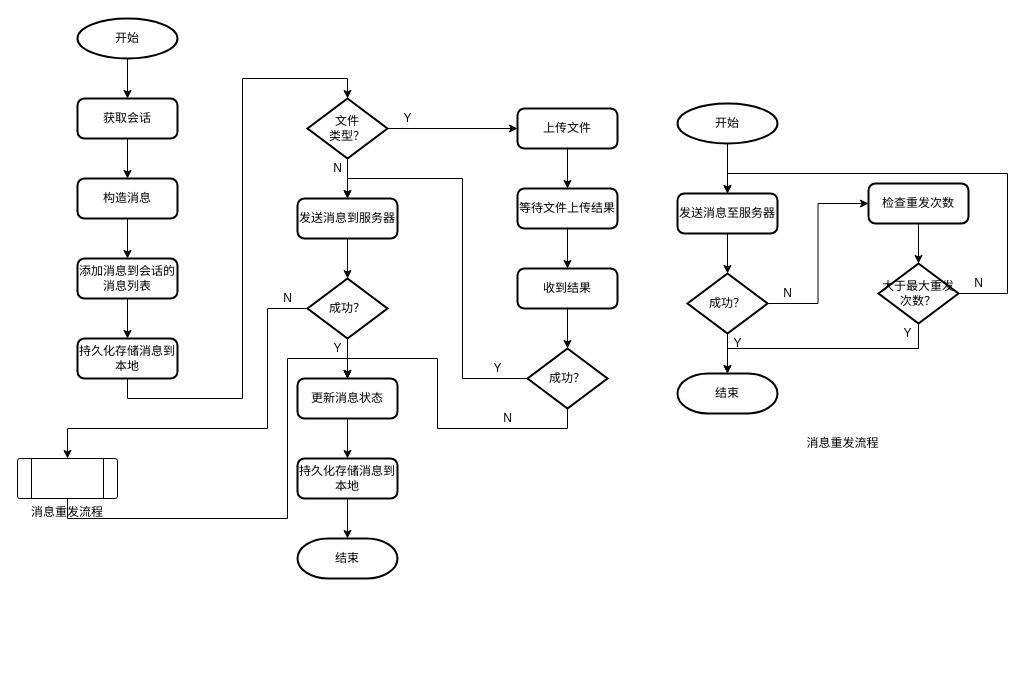
Above: page "flow-send-message" (6 of 11) of 获取会话列表.drawio in liuao2010/360MobileSafe (draw.io), before the change. Source tidied: cells renumbered, new cells numbered last; positions are measured from the earlier drawing's top-left corner, leaving out a move shared by most shapes. Both pictures are drawn from the tidied source at 100%, with x=0, y=0 at pixel (17, 18).
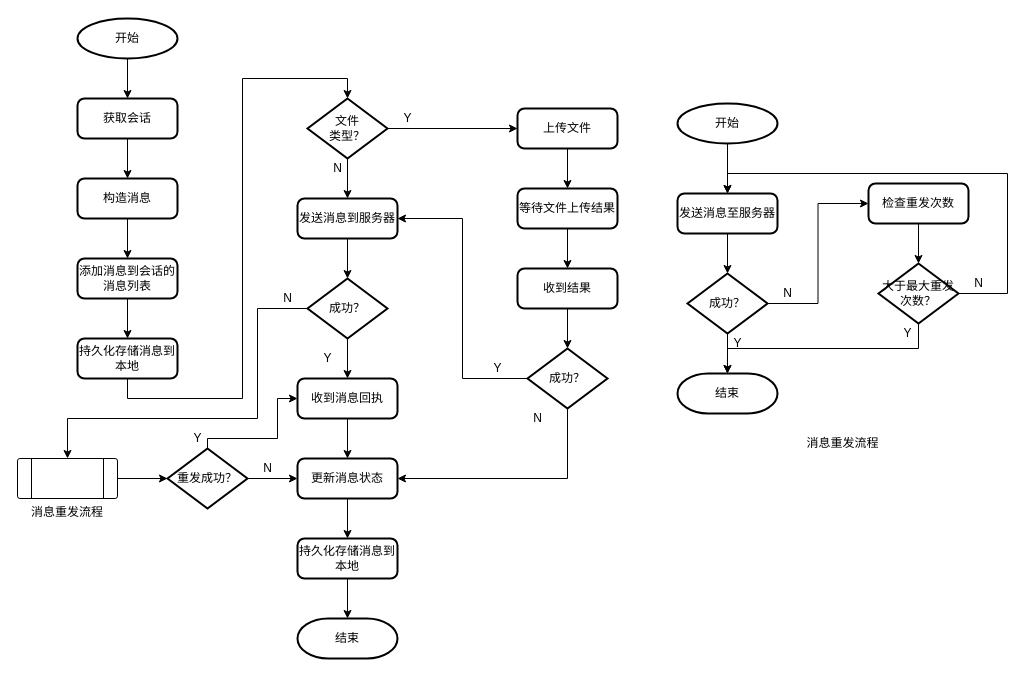
After the change.

Unchanged cells that the change refers to:
```xml
<mxCell id="16" value="发送消息到服务器" style="rounded=1;whiteSpace=wrap;html=1;absoluteArcSize=1;arcSize=14;strokeWidth=2;" parent="1" vertex="1">
  <mxGeometry x="280" y="180" width="100" height="40" as="geometry" />
</mxCell>
<mxCell id="25" value="成功？" style="strokeWidth=2;html=1;shape=mxgraph.flowchart.decision;whiteSpace=wrap;rounded=1;" parent="1" vertex="1">
  <mxGeometry x="510" y="330" width="80" height="60" as="geometry" />
</mxCell>
<mxCell id="28" value="成功？" style="strokeWidth=2;html=1;shape=mxgraph.flowchart.decision;whiteSpace=wrap;rounded=1;" parent="1" vertex="1">
  <mxGeometry x="290" y="260" width="80" height="60" as="geometry" />
</mxCell>
<mxCell id="39" value="消息重发流程" style="verticalLabelPosition=bottom;verticalAlign=top;html=1;shape=process;whiteSpace=wrap;rounded=1;size=0.14;arcSize=6;" parent="1" vertex="1">
  <mxGeometry y="440" width="100" height="40" as="geometry" />
</mxCell>
```

Diff of the diagram source:
```diff
@@
-    <mxCell id="23" style="edgeStyle=orthogonalEdgeStyle;rounded=0;jettySize=auto;html=1;exitX=0;exitY=0.5;exitDx=0;exitDy=0;exitPerimeter=0;entryX=0.5;entryY=0;entryDx=0;entryDy=0;" parent="1" edge="1" source="25" target="16">
+    <mxCell id="23" style="edgeStyle=orthogonalEdgeStyle;rounded=0;jettySize=auto;html=1;exitX=0;exitY=0.5;exitDx=0;exitDy=0;exitPerimeter=0;entryX=1;entryY=0.5;entryDx=0;entryDy=0;" parent="1" edge="1" source="25" target="16">
       <mxGeometry relative="1" as="geometry" />
     </mxCell>
-    <mxCell id="24" style="edgeStyle=orthogonalEdgeStyle;rounded=0;jettySize=auto;html=1;exitX=0.5;exitY=1;exitDx=0;exitDy=0;exitPerimeter=0;entryX=0.5;entryY=0;entryDx=0;entryDy=0;" parent="1" edge="1" source="25" target="30">
-      <mxGeometry relative="1" as="geometry">
-        <Array as="points">
-          <mxPoint x="550" y="410" />
-          <mxPoint x="420" y="410" />
-          <mxPoint x="420" y="340" />
-          <mxPoint x="330" y="340" />
-        </Array>
-      </mxGeometry>
+    <mxCell id="24" style="edgeStyle=orthogonalEdgeStyle;rounded=0;jettySize=auto;html=1;exitX=0.5;exitY=1;exitDx=0;exitDy=0;exitPerimeter=0;entryX=1;entryY=0.5;entryDx=0;entryDy=0;" parent="1" edge="1" source="25" target="30">
+      <mxGeometry relative="1" as="geometry" />
     </mxCell>
@@
-    <mxCell id="26" style="edgeStyle=orthogonalEdgeStyle;rounded=0;jettySize=auto;html=1;exitX=0.5;exitY=1;exitDx=0;exitDy=0;exitPerimeter=0;entryX=0.5;entryY=0;entryDx=0;entryDy=0;" parent="1" edge="1" source="28" target="30">
-      <mxGeometry relative="1" as="geometry" />
-    </mxCell>
     <mxCell id="27" style="edgeStyle=orthogonalEdgeStyle;rounded=0;jettySize=auto;html=1;exitX=0;exitY=0.5;exitDx=0;exitDy=0;exitPerimeter=0;" parent="1" edge="1" source="28" target="39">
       <mxGeometry relative="1" as="geometry">
         <Array as="points">
-          <mxPoint x="250" y="290" />
-          <mxPoint x="250" y="410" />
-          <mxPoint x="50" y="410" />
+          <mxPoint x="240" y="290" />
+          <mxPoint x="240" y="400" />
+          <mxPoint x="50" y="400" />
         </Array>
       </mxGeometry>
     </mxCell>
+    <mxCell id="60" style="edgeStyle=orthogonalEdgeStyle;rounded=0;jettySize=auto;html=1;exitX=0.5;exitY=1;exitDx=0;exitDy=0;exitPerimeter=0;entryX=0.5;entryY=0;entryDx=0;entryDy=0;" parent="1" edge="1" source="28" target="63">
+      <mxGeometry relative="1" as="geometry" />
+    </mxCell>
@@
     <mxCell id="30" value="更新消息状态" style="rounded=1;whiteSpace=wrap;html=1;absoluteArcSize=1;arcSize=14;strokeWidth=2;" parent="1" vertex="1">
-      <mxGeometry x="280" y="360" width="100" height="40" as="geometry" />
+      <mxGeometry x="280" y="440" width="100" height="40" as="geometry" />
     </mxCell>
@@
     <mxCell id="32" value="持久化存储消息到本地" style="rounded=1;whiteSpace=wrap;html=1;absoluteArcSize=1;arcSize=14;strokeWidth=2;" parent="1" vertex="1">
-      <mxGeometry x="280" y="440" width="100" height="40" as="geometry" />
+      <mxGeometry x="280" y="520" width="100" height="40" as="geometry" />
     </mxCell>
     <mxCell id="33" value="结束" style="strokeWidth=2;html=1;shape=mxgraph.flowchart.terminator;whiteSpace=wrap;rounded=1;" parent="1" vertex="1">
-      <mxGeometry x="280" y="520" width="100" height="40" as="geometry" />
+      <mxGeometry x="280" y="600" width="100" height="40" as="geometry" />
     </mxCell>
@@
     <mxCell id="37" value="N" style="text;html=1;align=center;verticalAlign=middle;" parent="1" vertex="1">
-      <mxGeometry x="480" y="390" width="20" height="20" as="geometry" />
+      <mxGeometry x="510" y="390" width="20" height="20" as="geometry" />
     </mxCell>
-    <mxCell id="38" style="edgeStyle=orthogonalEdgeStyle;rounded=0;jettySize=auto;html=1;exitX=0.5;exitY=1;exitDx=0;exitDy=0;entryX=0.5;entryY=0;entryDx=0;entryDy=0;" parent="1" edge="1" source="39" target="30">
-      <mxGeometry relative="1" as="geometry">
-        <Array as="points">
-          <mxPoint x="50" y="500" />
-          <mxPoint x="270" y="500" />
-          <mxPoint x="270" y="340" />
-          <mxPoint x="330" y="340" />
-        </Array>
-      </mxGeometry>
-    </mxCell>
+    <mxCell id="61" style="edgeStyle=orthogonalEdgeStyle;rounded=0;jettySize=auto;html=1;exitX=1;exitY=0.5;exitDx=0;exitDy=0;entryX=0;entryY=0.5;entryDx=0;entryDy=0;entryPerimeter=0;" parent="1" edge="1" source="39" target="66">
+      <mxGeometry relative="1" as="geometry" />
+    </mxCell>
@@
     <mxCell id="40" value="Y" style="text;html=1;align=center;verticalAlign=middle;" parent="1" vertex="1">
-      <mxGeometry x="310" y="320" width="20" height="20" as="geometry" />
+      <mxGeometry x="300" y="330" width="20" height="20" as="geometry" />
     </mxCell>
@@
+    <mxCell id="62" style="edgeStyle=orthogonalEdgeStyle;rounded=0;jettySize=auto;html=1;exitX=0.5;exitY=1;exitDx=0;exitDy=0;entryX=0.5;entryY=0;entryDx=0;entryDy=0;" parent="1" edge="1" source="63" target="30">
+      <mxGeometry relative="1" as="geometry" />
+    </mxCell>
+    <mxCell id="63" value="收到消息回执" style="rounded=1;whiteSpace=wrap;html=1;absoluteArcSize=1;arcSize=14;strokeWidth=2;" parent="1" vertex="1">
+      <mxGeometry x="280" y="360" width="100" height="40" as="geometry" />
+    </mxCell>
+    <mxCell id="64" style="edgeStyle=orthogonalEdgeStyle;rounded=0;jettySize=auto;html=1;exitX=1;exitY=0.5;exitDx=0;exitDy=0;exitPerimeter=0;entryX=0;entryY=0.5;entryDx=0;entryDy=0;" parent="1" edge="1" source="66" target="30">
+      <mxGeometry relative="1" as="geometry" />
+    </mxCell>
+    <mxCell id="65" style="edgeStyle=orthogonalEdgeStyle;rounded=0;jettySize=auto;html=1;exitX=0.5;exitY=0;exitDx=0;exitDy=0;exitPerimeter=0;entryX=0;entryY=0.5;entryDx=0;entryDy=0;" parent="1" edge="1" source="66" target="63">
+      <mxGeometry relative="1" as="geometry">
+        <Array as="points">
+          <mxPoint x="190" y="420" />
+          <mxPoint x="260" y="420" />
+          <mxPoint x="260" y="380" />
+        </Array>
+      </mxGeometry>
+    </mxCell>
+    <mxCell id="66" value="重发成功？" style="strokeWidth=2;html=1;shape=mxgraph.flowchart.decision;whiteSpace=wrap;" parent="1" vertex="1">
+      <mxGeometry x="150" y="430" width="80" height="60" as="geometry" />
+    </mxCell>
+    <mxCell id="67" value="N" style="text;html=1;align=center;verticalAlign=middle;" parent="1" vertex="1">
+      <mxGeometry x="240" y="440" width="20" height="20" as="geometry" />
+    </mxCell>
+    <mxCell id="68" value="Y" style="text;html=1;align=center;verticalAlign=middle;" parent="1" vertex="1">
+      <mxGeometry x="170" y="410" width="20" height="20" as="geometry" />
+    </mxCell>
```
